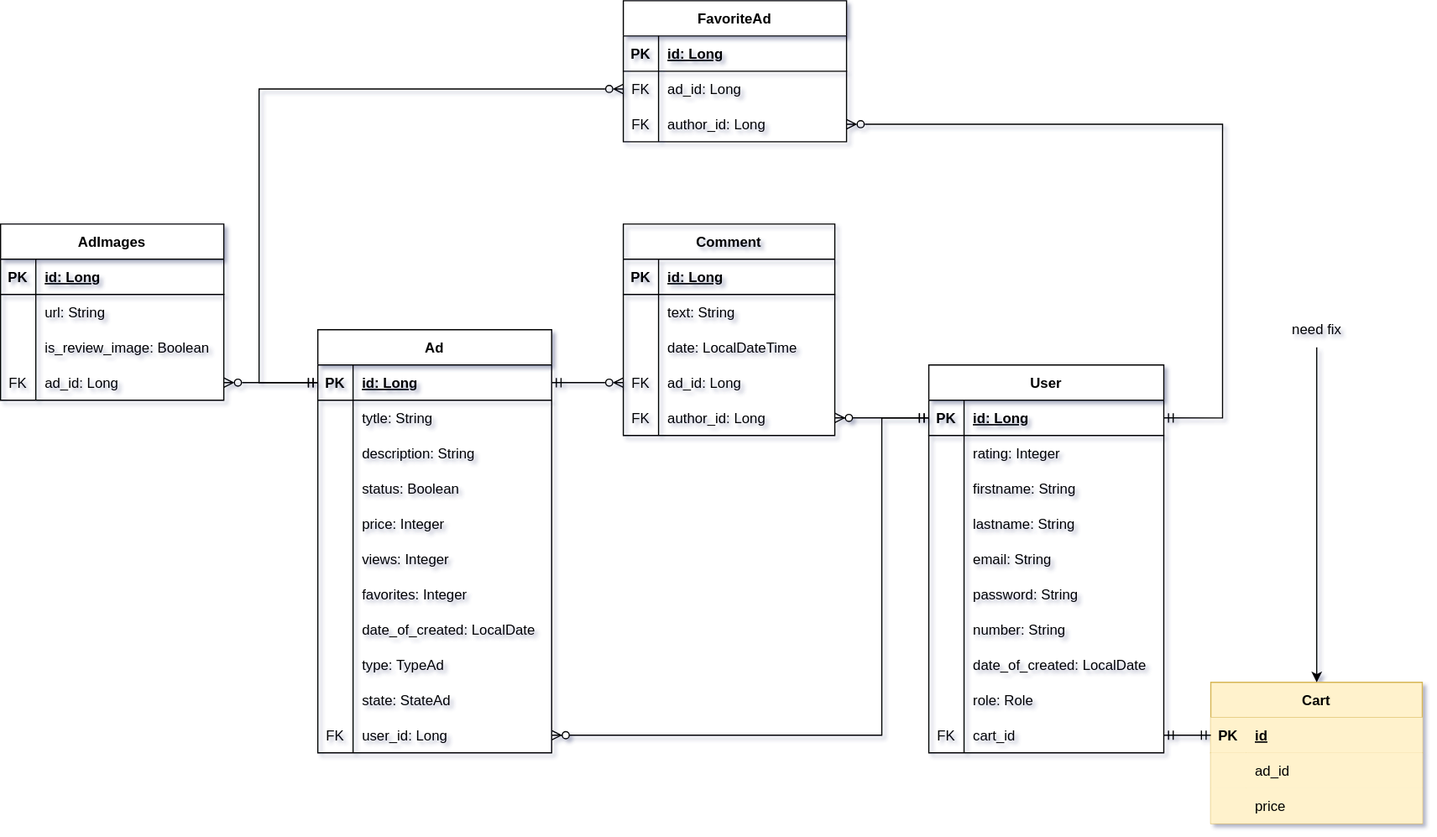
Above: src/main/resources/WaceplareERD.svg in E6L1PS/waceplare_app_backend (draw.io), before the change. Source tidied: cells renumbered, new cells last; positions are measured from the earlier drawing's top-left corner, leaving out a move shared by most shapes.
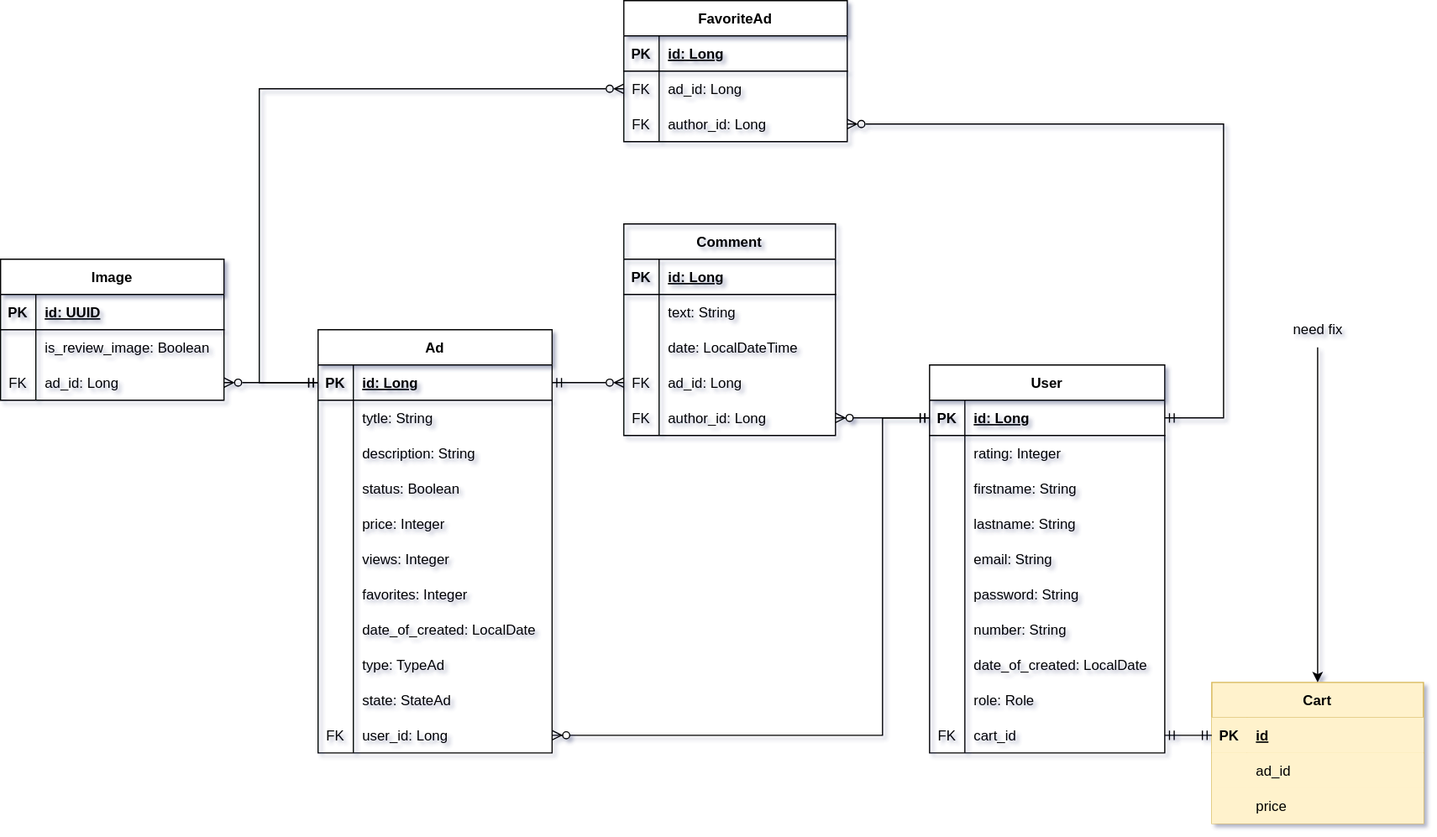
After the change.

Diff of the diagram source:
```diff
@@ -337,8 +337,8 @@
         </Array>
       </mxGeometry>
     </mxCell>
-    <mxCell id="109" value="AdImages" style="shape=table;startSize=30;rowLines=0;fontStyle=1;align=center;" parent="1" vertex="1">
-      <mxGeometry y="190" width="190" height="150" as="geometry" />
+    <mxCell id="109" value="Image" style="shape=table;startSize=30;rowLines=0;fontStyle=1;align=center;" parent="1" vertex="1">
+      <mxGeometry y="220" width="190" height="120" as="geometry" />
     </mxCell>
     <mxCell id="110" style="shape=tableRow;horizontal=0;startSize=0;swimlaneHead=0;swimlaneBody=0;fillColor=none;top=0;left=0;right=0;bottom=1;" parent="109" vertex="1">
       <mxGeometry y="30" width="190" height="30" as="geometry" />
@@ -346,20 +346,11 @@
     <mxCell id="111" value="PK" style="shape=partialRectangle;fillColor=none;top=0;left=0;bottom=0;right=0;fontStyle=1;overflow=hidden;" parent="110" vertex="1">
       <mxGeometry width="30" height="30" as="geometry" />
     </mxCell>
-    <mxCell id="112" value="id: Long" style="shape=partialRectangle;fillColor=none;top=0;left=0;bottom=0;right=0;align=left;spacingLeft=6;fontStyle=5;overflow=hidden;" parent="110" vertex="1">
+    <mxCell id="112" value="id: UUID" style="shape=partialRectangle;fillColor=none;top=0;left=0;bottom=0;right=0;align=left;spacingLeft=6;fontStyle=5;overflow=hidden;" parent="110" vertex="1">
       <mxGeometry x="30" width="160" height="30" as="geometry" />
     </mxCell>
-    <mxCell id="113" style="shape=tableRow;horizontal=0;startSize=0;swimlaneHead=0;swimlaneBody=0;fillColor=none;top=0;left=0;right=0;bottom=0;" parent="109" vertex="1">
-      <mxGeometry y="60" width="190" height="30" as="geometry" />
-    </mxCell>
-    <mxCell id="114" style="shape=partialRectangle;fillColor=none;top=0;left=0;bottom=0;right=0;overflow=hidden;" parent="113" vertex="1">
-      <mxGeometry width="30" height="30" as="geometry" />
-    </mxCell>
-    <mxCell id="115" value="url: String" style="shape=partialRectangle;fillColor=none;top=0;left=0;bottom=0;right=0;align=left;spacingLeft=6;overflow=hidden;" parent="113" vertex="1">
-      <mxGeometry x="30" width="160" height="30" as="geometry" />
-    </mxCell>
     <mxCell id="116" style="shape=tableRow;horizontal=0;startSize=0;swimlaneHead=0;swimlaneBody=0;fillColor=none;top=0;left=0;right=0;bottom=0;" parent="109" vertex="1">
-      <mxGeometry y="90" width="190" height="30" as="geometry" />
+      <mxGeometry y="60" width="190" height="30" as="geometry" />
     </mxCell>
     <mxCell id="117" style="shape=partialRectangle;fillColor=none;top=0;left=0;bottom=0;right=0;overflow=hidden;" parent="116" vertex="1">
       <mxGeometry width="30" height="30" as="geometry" />
@@ -368,7 +359,7 @@
       <mxGeometry x="30" width="160" height="30" as="geometry" />
     </mxCell>
     <mxCell id="119" style="shape=tableRow;horizontal=0;startSize=0;swimlaneHead=0;swimlaneBody=0;fillColor=none;points=[[0,0.5],[1,0.5]];portConstraint=eastwest;top=0;left=0;right=0;bottom=0;" parent="109" vertex="1">
-      <mxGeometry y="120" width="190" height="30" as="geometry" />
+      <mxGeometry y="90" width="190" height="30" as="geometry" />
     </mxCell>
     <mxCell id="120" value="FK" style="shape=partialRectangle;fillColor=none;top=0;left=0;bottom=0;right=0;overflow=hidden;" parent="119" vertex="1">
       <mxGeometry width="30" height="30" as="geometry" />
```
